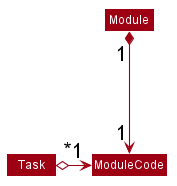
Above: docs/images/ModuleTaskAggregationDiagram.png in zixinn/main (PlantUML), before the change. Its diagram source:
```plantuml
@startuml









skinparam BackgroundColor #FFFFFFF

skinparam Shadowing false

skinparam Class {
    FontColor #FFFFFF
    BorderThickness 1
    BorderColor #FFFFFF
    StereotypeFontColor #FFFFFF
    FontName Arial
}

skinparam Actor {
    BorderColor #000000
    Color #000000
    FontName Arial
}

skinparam Sequence {
    MessageAlign center
    BoxFontSize 50
    BoxPadding 0
    BoxFontColor #FFFFFF
    FontName Arial
}

skinparam Participant {
    FontColor #FFFFFFF
    Padding 20
    FontSize 50
}

skinparam ArrowFontSize 40
skinparam MinClassWidth 50
skinparam ParticipantPadding 10
skinparam Shadowing false
skinparam DefaultTextAlignment center
skinparam packageStyle Rectangle

hide footbox
hide members
hide circle
skinparam arrowThickness 1.1
skinparam arrowColor #9D0012
skinparam classBackgroundColor #9D0012
skinparam ArrowFontSize 20

Task "*" o-right----> "1" ModuleCode
Module "1" *---> "1" ModuleCode

@enduml
```
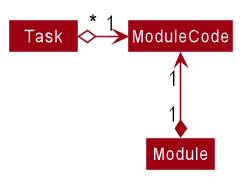
Later version of the same file.

Change to the diagram source:
```diff
@@ -53,9 +53,9 @@
 skinparam arrowThickness 1.1
 skinparam arrowColor #9D0012
 skinparam classBackgroundColor #9D0012
-skinparam ArrowFontSize 20
+skinparam ArrowFontSize 15
 
-Task "*" o-right----> "1" ModuleCode
-Module "1" *---> "1" ModuleCode
+Task "*" o-right-> "1" ModuleCode
+Module "1" *-up-> "1" ModuleCode
 
 @enduml
```
